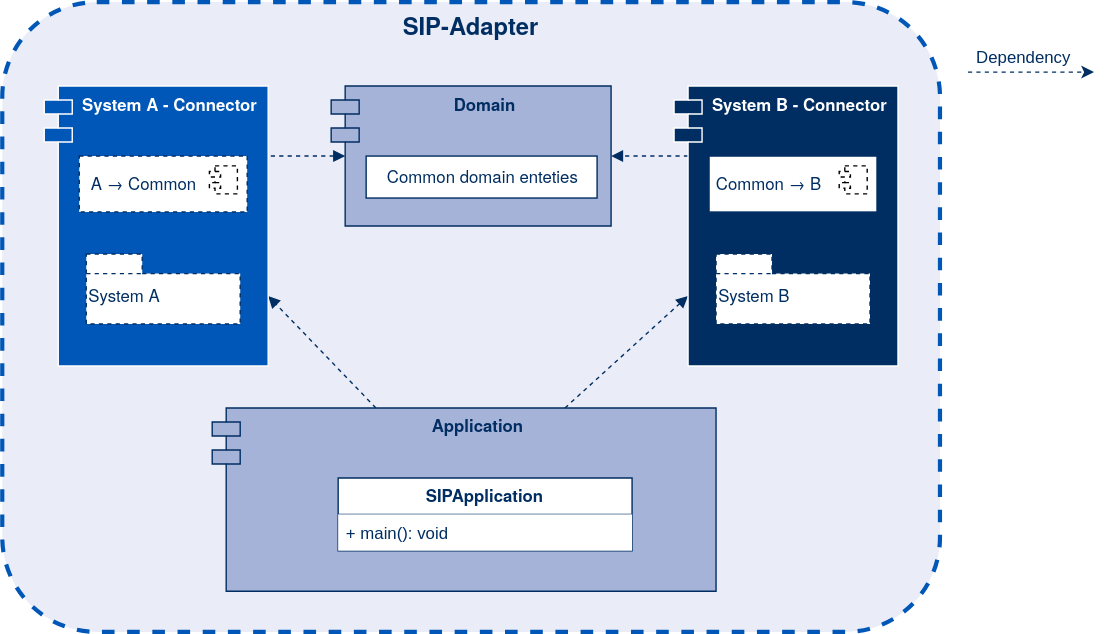
This is docs/images/SIP_readme_adapter_detail.svg from IKOR-GmbH/sip-framework, a draw.io export, as it was before one commit. Source tidied: cells renumbered, new cells last; positions are measured from the earlier drawing's top-left corner, leaving out a move shared by most shapes. Its diagram source:
```xml
<mxGraphModel>
  <root>
    <mxCell id="0" />
    <mxCell id="1" parent="0" />
    <mxCell id="2" value="&lt;font style=&quot;font-size: 17px&quot;&gt;&lt;span&gt;SIP-Adapter&lt;/span&gt;&lt;/font&gt;" style="rounded=1;whiteSpace=wrap;html=1;strokeColor=#0057B7;dashed=1;strokeWidth=3;verticalAlign=top;fontColor=#002E62;fillColor=#EAEDF7;fontFamily=Helvetica Neue;fontStyle=1;" parent="1" vertex="1">
      <mxGeometry width="670" height="450" as="geometry" />
    </mxCell>
    <mxCell id="3" style="rounded=0;jettySize=auto;html=1;startArrow=none;startFill=0;endArrow=block;endFill=1;entryX=1;entryY=0.75;entryDx=0;entryDy=0;strokeColor=#002E62;fontColor=#002E62;dashed=1;" parent="1" edge="1" source="5" target="6">
      <mxGeometry relative="1" as="geometry" />
    </mxCell>
    <mxCell id="4" style="edgeStyle=none;rounded=0;jettySize=auto;html=1;entryX=0;entryY=0.75;entryDx=10;entryDy=0;entryPerimeter=0;startArrow=none;startFill=0;endArrow=block;endFill=1;strokeColor=#002E62;fontColor=#002E62;dashed=1;" parent="1" edge="1" source="5" target="8">
      <mxGeometry relative="1" as="geometry" />
    </mxCell>
    <mxCell id="5" value="Application" style="shape=module;align=left;spacingLeft=20;align=center;verticalAlign=top;strokeWidth=1;fontColor=#002E62;fontStyle=1;fillColor=#A6B3D9;strokeColor=#002E62;fontFamily=Helvetica Neue;" parent="1" vertex="1">
      <mxGeometry x="150" y="290" width="360" height="131" as="geometry" />
    </mxCell>
    <mxCell id="6" value="System A - Connector" style="shape=module;align=left;spacingLeft=20;align=center;verticalAlign=top;strokeWidth=1;fontColor=#FFFFFF;fillColor=#0057B7;strokeColor=#FFFFFF;fontStyle=1;fontFamily=Helvetica Neue;" parent="1" vertex="1">
      <mxGeometry x="30" y="60" width="160" height="200" as="geometry" />
    </mxCell>
    <mxCell id="7" style="edgeStyle=orthogonalEdgeStyle;rounded=0;jettySize=auto;html=1;startArrow=none;startFill=0;endArrow=block;endFill=1;exitX=0;exitY=0.25;exitDx=10;exitDy=0;exitPerimeter=0;strokeColor=#002E62;fontColor=#002E62;dashed=1;" parent="1" edge="1" source="8" target="10">
      <mxGeometry relative="1" as="geometry" />
    </mxCell>
    <mxCell id="8" value="System B - Connector" style="shape=module;align=left;spacingLeft=20;align=center;verticalAlign=top;strokeWidth=1;direction=east;strokeColor=#FFFFFF;fillColor=#002E62;fontColor=#FFFFFF;fontStyle=1;fontFamily=Helvetica Neue;" parent="1" vertex="1">
      <mxGeometry x="480" y="60" width="160" height="200" as="geometry" />
    </mxCell>
    <mxCell id="9" style="edgeStyle=orthogonalEdgeStyle;rounded=0;jettySize=auto;html=1;endArrow=none;endFill=0;startArrow=block;startFill=1;exitX=0;exitY=0.5;exitDx=10;exitDy=0;exitPerimeter=0;entryX=1;entryY=0.25;entryDx=0;entryDy=0;strokeColor=#002E62;fontColor=#002E62;dashed=1;" parent="1" edge="1" source="10" target="6">
      <mxGeometry relative="1" as="geometry" />
    </mxCell>
    <mxCell id="10" value="Domain" style="shape=module;align=left;spacingLeft=20;align=center;verticalAlign=top;strokeWidth=1;direction=east;fillColor=#A6B3D9;strokeColor=#002E62;fontColor=#002E62;fontStyle=1;fontFamily=Helvetica Neue;" parent="1" vertex="1">
      <mxGeometry x="235" y="60" width="200" height="100" as="geometry" />
    </mxCell>
    <mxCell id="11" value="&lt;span style=&quot;&quot;&gt;System A&lt;/span&gt;" style="shape=folder;fontStyle=0;spacingTop=10;tabWidth=40;tabHeight=14;tabPosition=left;html=1;strokeColor=#002E62;strokeWidth=1;fillColor=#FFFFFF;fontColor=#002E62;align=left;dashed=1;fontFamily=Helvetica Neue;" parent="1" vertex="1">
      <mxGeometry x="60" y="180" width="110" height="50" as="geometry" />
    </mxCell>
    <mxCell id="12" value="&lt;span style=&quot;&quot;&gt;System B&lt;/span&gt;" style="shape=folder;fontStyle=0;spacingTop=10;tabWidth=40;tabHeight=14;tabPosition=left;html=1;strokeColor=#002E62;strokeWidth=1;fillColor=#FFFFFF;fontColor=#002E62;align=left;dashed=1;fontFamily=Helvetica Neue;" parent="1" vertex="1">
      <mxGeometry x="510" y="180" width="110" height="50" as="geometry" />
    </mxCell>
    <mxCell id="13" value="Common domain enteties" style="html=1;strokeColor=#002E62;strokeWidth=1;fillColor=#FFFFFF;fontColor=#002E62;align=center;fontFamily=Helvetica Neue;fontStyle=0;" parent="1" vertex="1">
      <mxGeometry x="260" y="110" width="165" height="30" as="geometry" />
    </mxCell>
    <mxCell id="14" value="SIPApplication" style="swimlane;fontStyle=1;horizontal=1;startSize=26;strokeColor=#002E62;strokeWidth=1;fontColor=#002E62;align=center;fontFamily=Helvetica Neue;" parent="1" vertex="1">
      <mxGeometry x="240" y="340" width="210" height="52" as="geometry" />
    </mxCell>
    <mxCell id="15" value="+ main(): void" style="text;strokeColor=none;align=left;verticalAlign=top;spacingLeft=4;spacingRight=4;overflow=hidden;fillColor=#ffffff;fontColor=#002E62;" parent="14" vertex="1">
      <mxGeometry y="26" width="210" height="26" as="geometry" />
    </mxCell>
    <mxCell id="16" value="&amp;nbsp; A&amp;nbsp;→&amp;nbsp;Common" style="html=1;strokeColor=#002E62;strokeWidth=1;fillColor=#FFFFFF;fontColor=#002E62;align=left;dashed=1;fontFamily=Helvetica Neue;fontStyle=0;" parent="1" vertex="1">
      <mxGeometry x="55" y="110" width="120" height="40" as="geometry" />
    </mxCell>
    <mxCell id="17" style="shape=component;jettyWidth=8;jettyHeight=4;dashed=1;" parent="16" vertex="1">
      <mxGeometry x="1" width="20" height="20" relative="1" as="geometry">
        <mxPoint x="-27" y="7" as="offset" />
      </mxGeometry>
    </mxCell>
    <mxCell id="18" value="&lt;span style=&quot;text-align: center&quot;&gt;&amp;nbsp;Common → B&lt;/span&gt;" style="html=1;strokeColor=#002E62;strokeWidth=1;fillColor=#FFFFFF;fontColor=#002E62;align=left;fontFamily=Helvetica Neue;fontStyle=0;" parent="1" vertex="1">
      <mxGeometry x="505" y="110" width="120" height="40" as="geometry" />
    </mxCell>
    <mxCell id="19" style="shape=component;jettyWidth=8;jettyHeight=4;dashed=1;" parent="18" vertex="1">
      <mxGeometry x="1" width="20" height="20" relative="1" as="geometry">
        <mxPoint x="-27" y="7" as="offset" />
      </mxGeometry>
    </mxCell>
    <mxCell id="20" style="endArrow=classic;html=1;strokeColor=#002E62;fontColor=#002E62;dashed=1;" parent="1" edge="1">
      <mxGeometry relative="1" as="geometry">
        <mxPoint x="690" y="50" as="sourcePoint" />
        <mxPoint x="780" y="50" as="targetPoint" />
      </mxGeometry>
    </mxCell>
    <mxCell id="21" value="Dependency" style="text;html=1;fillColor=none;align=center;verticalAlign=middle;whiteSpace=wrap;rounded=0;dashed=1;fontColor=#002E62;" parent="1" vertex="1">
      <mxGeometry x="710" y="30" width="40" height="20" as="geometry" />
    </mxCell>
  </root>
</mxGraphModel>
```
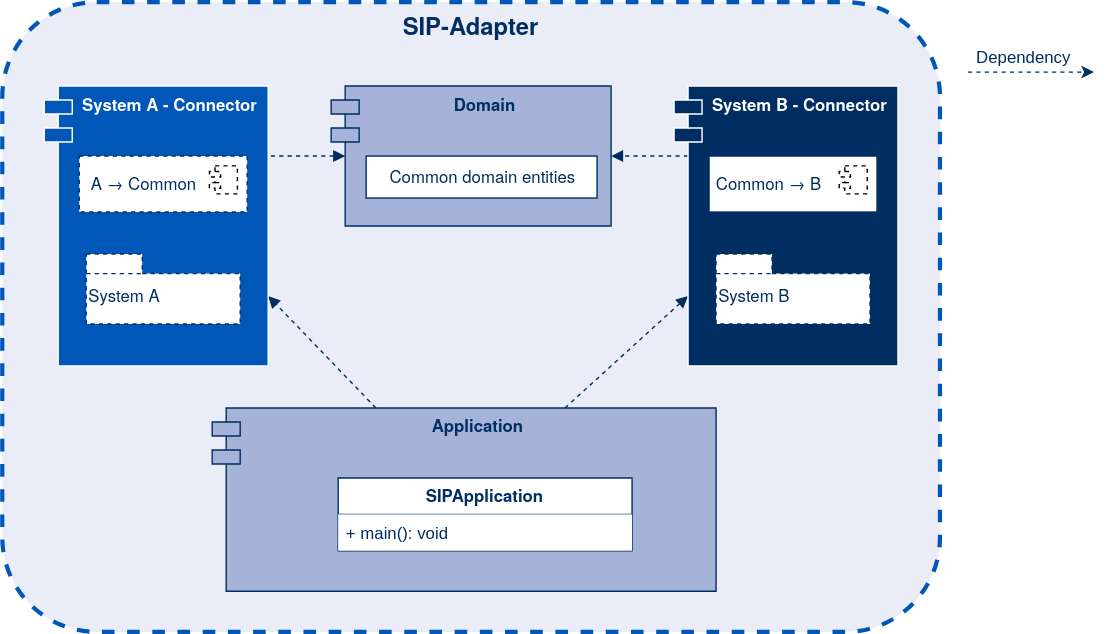
Later version of the same file.

Diff of the diagram source:
```diff
@@ -35,7 +35,7 @@
     <mxCell id="12" value="&lt;span style=&quot;&quot;&gt;System B&lt;/span&gt;" style="shape=folder;fontStyle=0;spacingTop=10;tabWidth=40;tabHeight=14;tabPosition=left;html=1;strokeColor=#002E62;strokeWidth=1;fillColor=#FFFFFF;fontColor=#002E62;align=left;dashed=1;fontFamily=Helvetica Neue;" parent="1" vertex="1">
       <mxGeometry x="510" y="180" width="110" height="50" as="geometry" />
     </mxCell>
-    <mxCell id="13" value="Common domain enteties" style="html=1;strokeColor=#002E62;strokeWidth=1;fillColor=#FFFFFF;fontColor=#002E62;align=center;fontFamily=Helvetica Neue;fontStyle=0;" parent="1" vertex="1">
+    <mxCell id="13" value="Common domain entities" style="html=1;strokeColor=#002E62;strokeWidth=1;fillColor=#FFFFFF;fontColor=#002E62;align=center;fontFamily=Helvetica Neue;fontStyle=0;" parent="1" vertex="1">
       <mxGeometry x="260" y="110" width="165" height="30" as="geometry" />
     </mxCell>
     <mxCell id="14" value="SIPApplication" style="swimlane;fontStyle=1;horizontal=1;startSize=26;strokeColor=#002E62;strokeWidth=1;fontColor=#002E62;align=center;fontFamily=Helvetica Neue;" parent="1" vertex="1">
```
